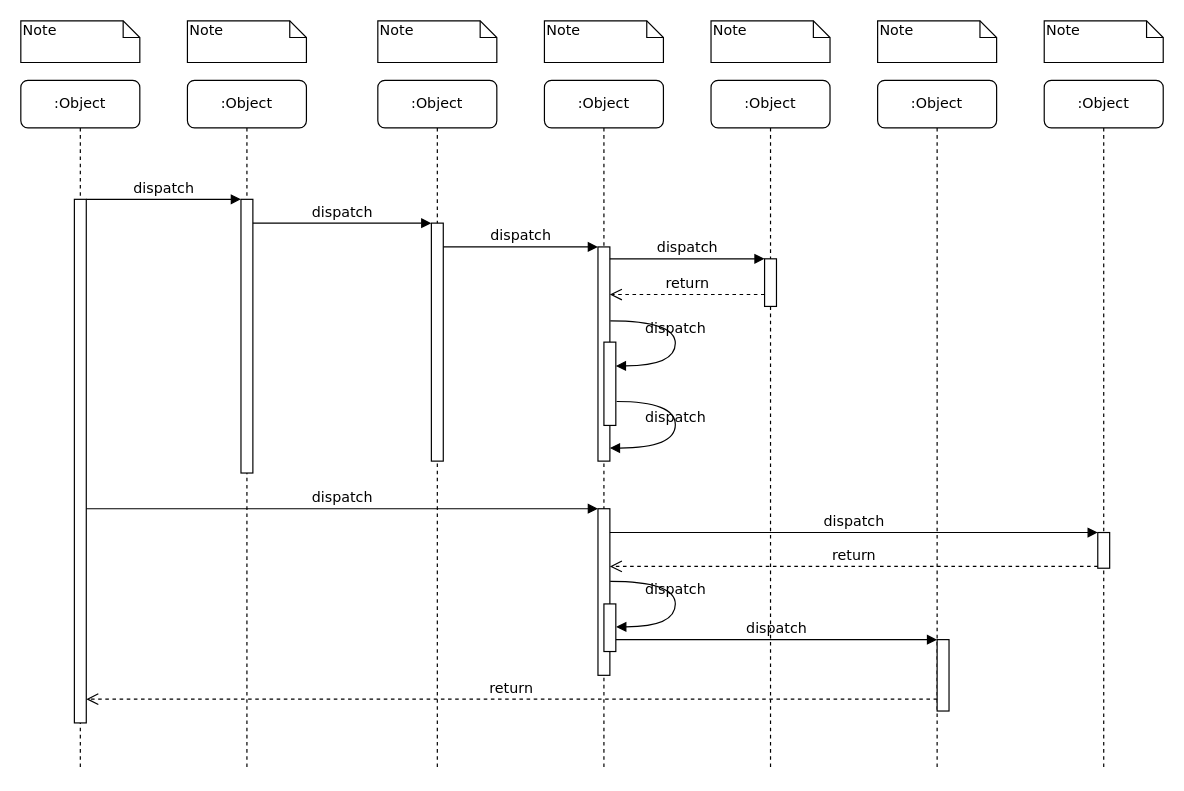
The draw.io diagram final_project.drawio in Memin124/final_project, before the edit. Source tidied: cells renumbered, new cells numbered last; positions are measured from the earlier drawing's top-left corner, leaving out a move shared by most shapes. Both pictures are drawn from the tidied source at 119%, with x=0, y=0 at pixel (20, 20).
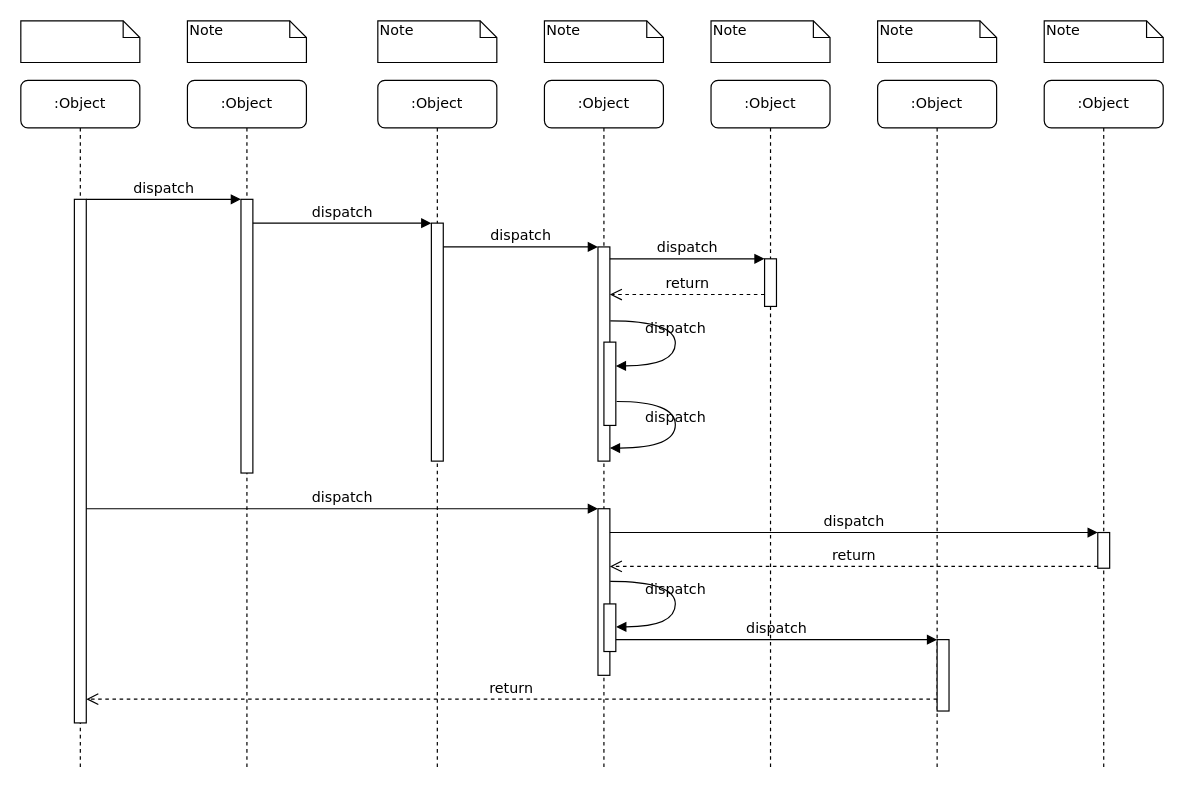
The same page after the edit.

The edit, as a diff of the source:
```diff
@@
-    <mxCell id="32" value="Note" style="shape=note;whiteSpace=wrap;html=1;size=14;verticalAlign=top;align=left;spacingTop=-6;rounded=0;shadow=0;comic=0;labelBackgroundColor=none;strokeWidth=1;fontFamily=Verdana;fontSize=12;" parent="1" vertex="1">
+    <mxCell id="32" style="shape=note;whiteSpace=wrap;html=1;size=14;verticalAlign=top;align=left;spacingTop=-6;rounded=0;shadow=0;comic=0;labelBackgroundColor=none;strokeWidth=1;fontFamily=Verdana;fontSize=12;" parent="1" vertex="1">
       <mxGeometry width="100" height="35" as="geometry" />
     </mxCell>
```
